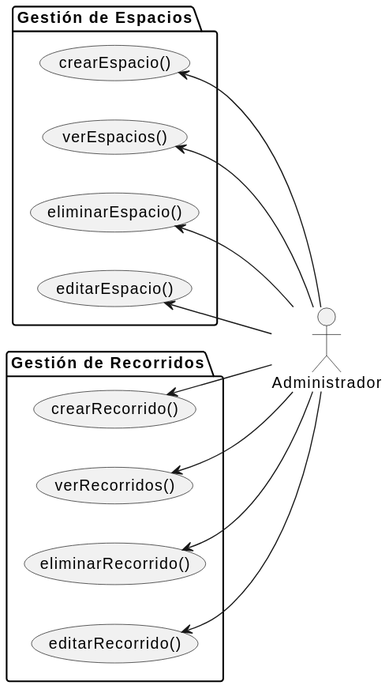
The PlantUML diagram documentos/01-casoDeUso/1-CasoDeUso/Administrador/adminCasosDeUso.svg in Camila-Lesly/25-26-idsw1-sdr, before a commit.
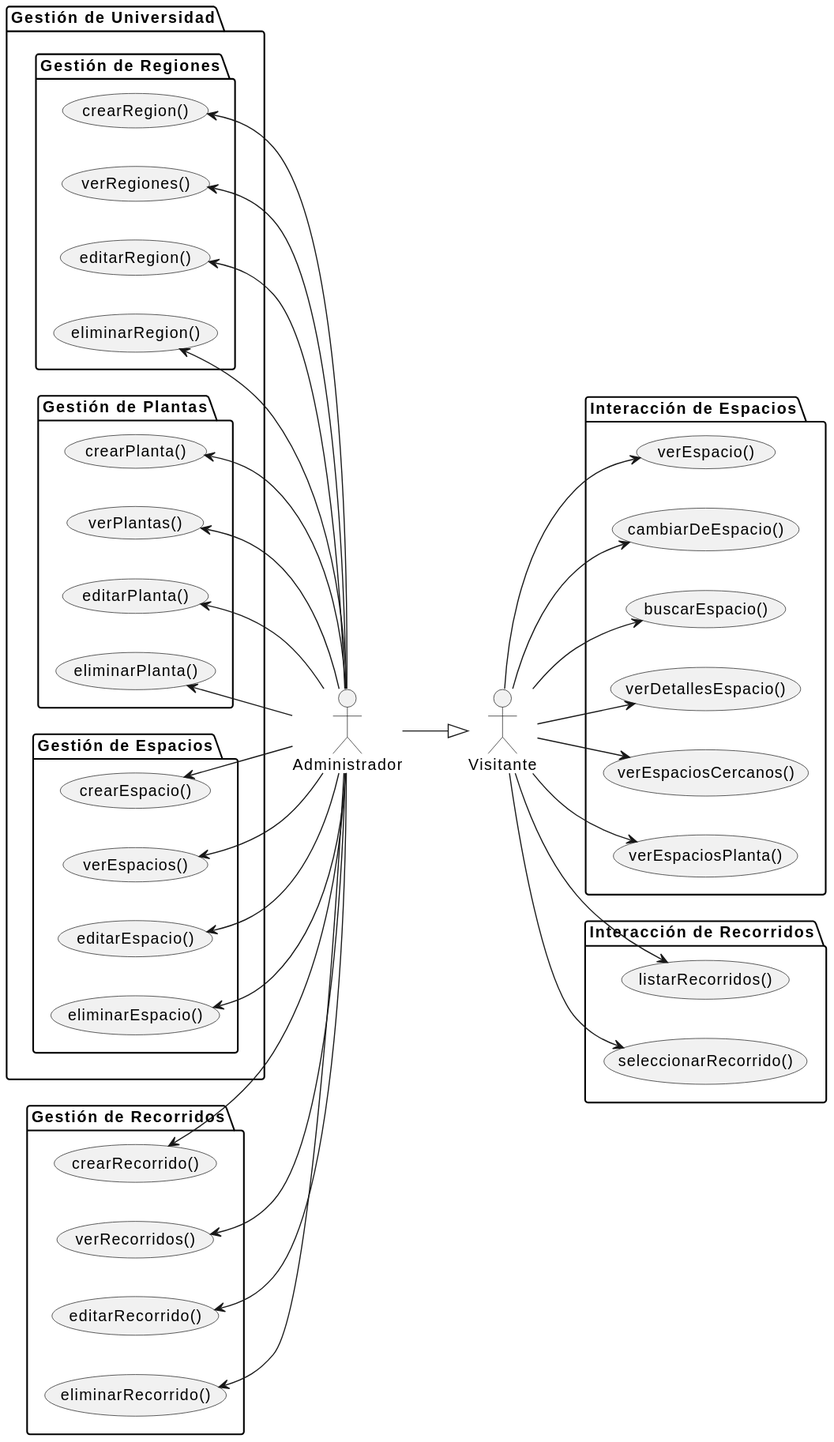
Above is the later version.

Commit message:
refactor: new iteration of use cases for administrator

Change to the diagram source:
```diff
@@ -2,28 +2,81 @@
 left to right direction
 
 actor "Administrador" as admin
+actor "Visitante" as visitante
 
-package "Gestión de Espacios"{
+visitante <|-up- admin
+
+package "Gestión de Universidad"{
+  package "Gestión de Regiones"{
+    usecase crearRegion as "crearRegion()"
+    usecase verRegiones as "verRegiones()"
+    usecase editarRegion as "editarRegion()"
+    usecase eliminarRegion as "eliminarRegion()"
+  }
+
+  package "Gestión de Plantas"{
+    usecase crearPlanta as "crearPlanta()"
+    usecase verPlantas as "verPlantas()"
+    usecase editarPlanta as "editarPlanta()"
+    usecase eliminarPlanta as "eliminarPlanta()"
+  }
+
+  package "Gestión de Espacios"{
     usecase crearEspacio as "crearEspacio()"
     usecase verEspacios as "verEspacios()"
+    usecase editarEspacio as "editarEspacio()"
     usecase eliminarEspacio as "eliminarEspacio()"
-    usecase editarEspacio as "editarEspacio()"
+  }
 }
 
 package "Gestión de Recorridos"{
-    usecase crearRecorrido as "crearRecorrido()"
-    usecase verRecorridos as "verRecorridos()"
-    usecase eliminarRecorrido as "eliminarRecorrido()"
-    usecase editarRecorrido as "editarRecorrido()"
+  usecase crearRecorrido as "crearRecorrido()"
+  usecase verRecorridos as "verRecorridos()"
+  usecase editarRecorrido as "editarRecorrido()"
+  usecase eliminarRecorrido as "eliminarRecorrido()"
 }
+
+package "Interacción de Espacios"{
+    usecase verEspacio as "verEspacio()"
+    usecase cambiarDeEspacio as "cambiarDeEspacio()"
+    usecase buscarEspacio as "buscarEspacio()"
+    usecase verDetallesEspacio as "verDetallesEspacio()"
+    usecase verEspaciosCercanos as "verEspaciosCercanos()"
+    usecase verEspaciosPlanta as "verEspaciosPlanta()"
+}
+
+package "Interacción de Recorridos"{
+    usecase listarRecorridos as "listarRecorridos()"
+    usecase seleccionarRecorrido as "seleccionarRecorrido()"
+}
+
+(crearRegion) <-- admin
+(verRegiones) <-- admin
+(editarRegion) <-- admin
+(eliminarRegion) <-- admin
+
+(crearPlanta) <-- admin
+(verPlantas) <-- admin
+(editarPlanta) <-- admin
+(eliminarPlanta) <-- admin
 
 (crearEspacio) <-- admin
 (verEspacios) <-- admin
+(editarEspacio) <-- admin
 (eliminarEspacio) <-- admin
-(editarEspacio) <-- admin
 
 (crearRecorrido) <-- admin
 (verRecorridos) <-- admin
+(editarRecorrido) <-- admin
 (eliminarRecorrido) <-- admin
-(editarRecorrido) <-- admin
+
+visitante --> (verEspacio)
+visitante --> (cambiarDeEspacio)
+visitante --> (buscarEspacio)
+visitante --> (verDetallesEspacio)
+visitante --> (verEspaciosCercanos)
+visitante --> (verEspaciosPlanta)
+
+visitante --> (seleccionarRecorrido)
+visitante --> (listarRecorridos)
 @enduml
```
